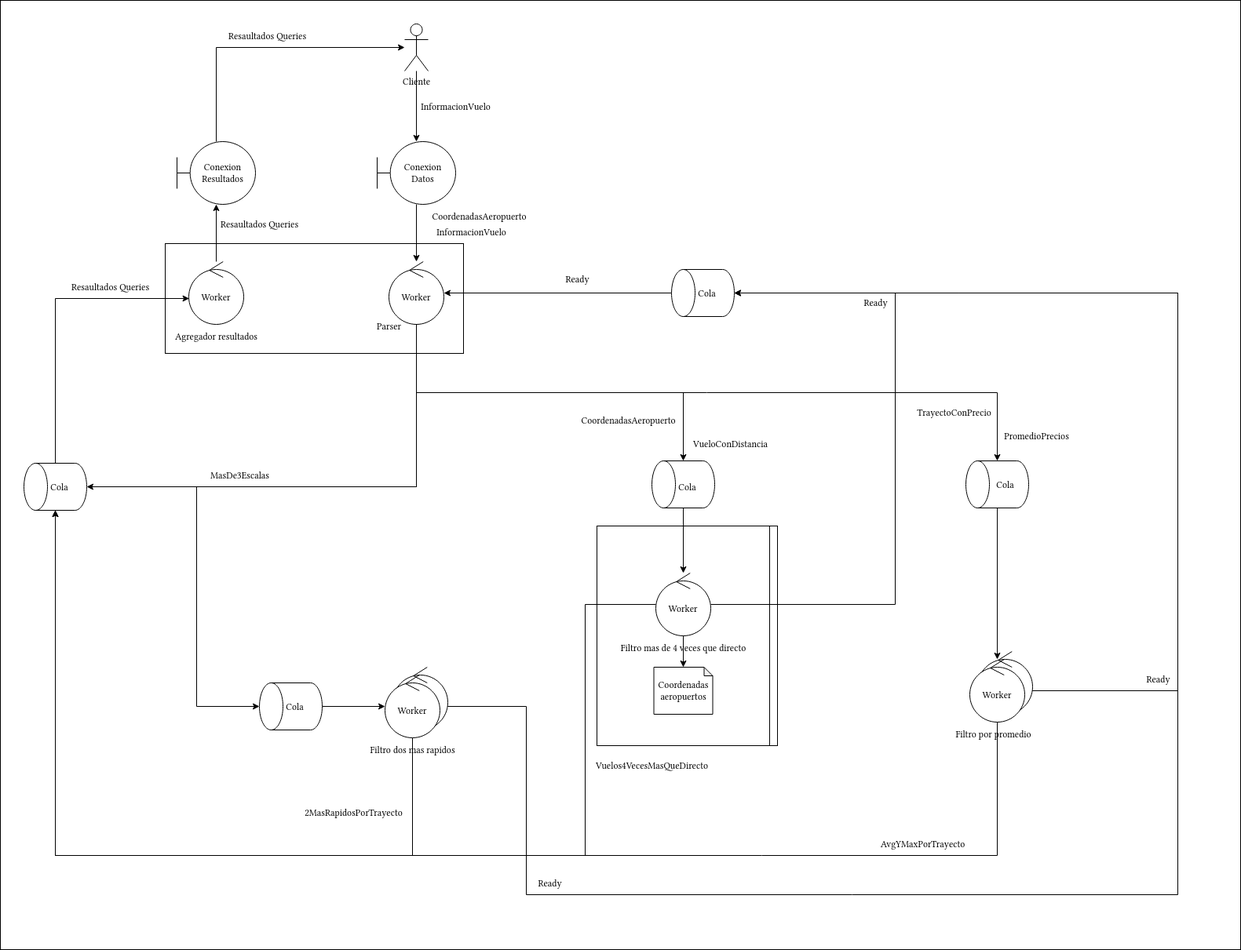
The draw.io diagram img/DiagramaRobustez.png in FranciscoPereira987/tp1-distribuidos-grupo5, before a commit. Source tidied: cells renumbered, new cells last; positions are measured from the earlier drawing's top-left corner, leaving out a move shared by most shapes.
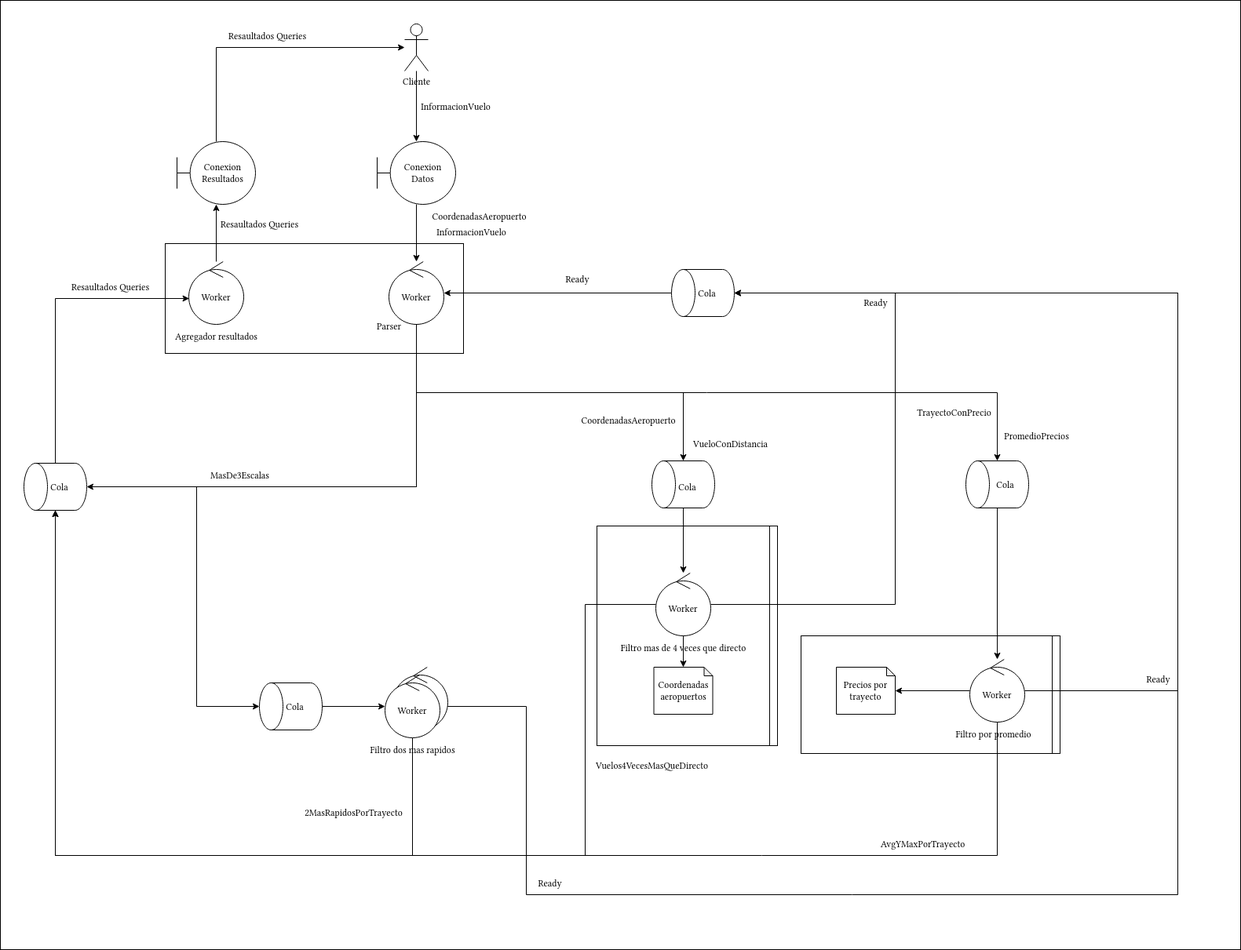
Later version of the same file.

Commit message:
updat robustez

The edit, as a diff of the source:
```diff
@@ -2,6 +2,12 @@
   <root>
     <mxCell id="0" />
     <mxCell id="1" parent="0" />
+    <mxCell id="70" style="rounded=0;whiteSpace=wrap;html=1;fillColor=none;" parent="1" vertex="1">
+      <mxGeometry x="1020" y="810" width="320" height="150" as="geometry" />
+    </mxCell>
+    <mxCell id="71" style="rounded=0;whiteSpace=wrap;html=1;fillColor=none;" parent="1" vertex="1">
+      <mxGeometry x="1020" y="810" width="330" height="150" as="geometry" />
+    </mxCell>
     <mxCell id="2" style="rounded=0;whiteSpace=wrap;html=1;fillColor=none;" parent="1" vertex="1">
       <mxGeometry width="1580" height="1210" as="geometry" />
     </mxCell>
@@ -259,9 +265,9 @@
     <mxCell id="65" style="edgeStyle=orthogonalEdgeStyle;rounded=0;jettySize=auto;html=1;" parent="1" edge="1" source="48" target="17">
       <mxGeometry relative="1" as="geometry" />
     </mxCell>
-    <mxCell id="66" value="Worker" style="ellipse;shape=umlControl;whiteSpace=wrap;html=1;" parent="1" vertex="1">
-      <mxGeometry x="1245" y="830" width="70" height="80" as="geometry" />
-    </mxCell>
+    <mxCell id="72" style="edgeStyle=orthogonalEdgeStyle;rounded=0;jettySize=auto;html=1;" parent="1" edge="1" source="67" target="73">
+      <mxGeometry relative="1" as="geometry" />
+    </mxCell>
     <mxCell id="67" value="Worker" style="ellipse;shape=umlControl;whiteSpace=wrap;html=1;" parent="1" vertex="1">
       <mxGeometry x="1235" y="840" width="70" height="80" as="geometry" />
     </mxCell>
@@ -271,5 +277,8 @@
     <mxCell id="69" value="Worker" style="ellipse;shape=umlControl;whiteSpace=wrap;html=1;" parent="1" vertex="1">
       <mxGeometry x="490" y="860" width="70" height="80" as="geometry" />
     </mxCell>
+    <mxCell id="73" value="Precios por trayecto" style="shape=note;whiteSpace=wrap;html=1;backgroundOutline=1;darkOpacity=0.05;size=11;" parent="1" vertex="1">
+      <mxGeometry x="1065" y="850" width="75" height="60" as="geometry" />
+    </mxCell>
   </root>
 </mxGraphModel>
```
